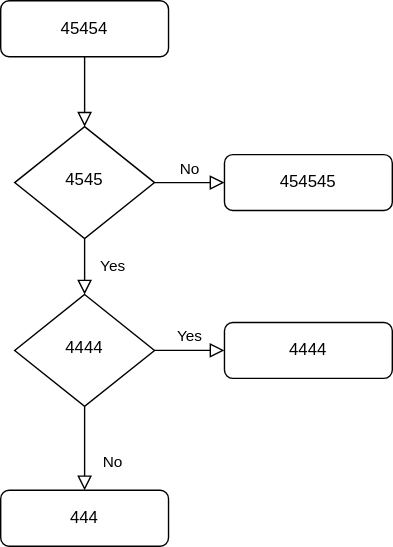
Above: Testing_architecture_diagram.drawio.svg in svbmicro/git-draw-io-integration-testing (draw.io), before the change. Source tidied: cells renumbered, new cells last; positions are measured from the earlier drawing's top-left corner, leaving out a move shared by most shapes.
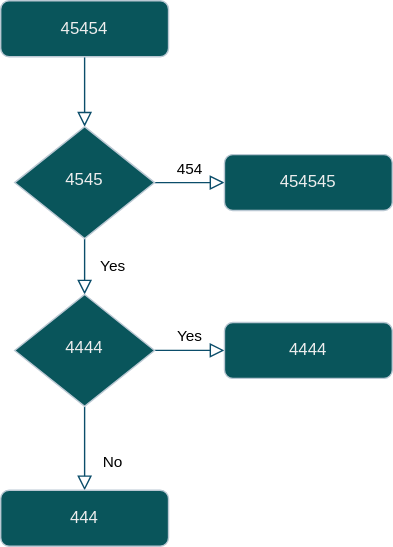
Above is the later version.

Change to the diagram source:
```diff
@@ -2,37 +2,37 @@
   <root>
     <mxCell id="0" />
     <mxCell id="1" parent="0" />
-    <mxCell id="2" style="rounded=0;html=1;jettySize=auto;fontSize=11;endArrow=block;endFill=0;endSize=8;strokeWidth=1;shadow=0;labelBackgroundColor=none;edgeStyle=orthogonalEdgeStyle;" parent="1" edge="1" source="3" target="6">
+    <mxCell id="2" style="rounded=0;html=1;jettySize=auto;fontSize=11;endArrow=block;endFill=0;endSize=8;strokeWidth=1;shadow=0;labelBackgroundColor=none;edgeStyle=orthogonalEdgeStyle;strokeColor=#0B4D6A;fontColor=default;" parent="1" edge="1" source="3" target="6">
       <mxGeometry relative="1" as="geometry" />
     </mxCell>
-    <mxCell id="3" value="45454" style="rounded=1;whiteSpace=wrap;html=1;fontSize=12;glass=0;strokeWidth=1;shadow=0;" parent="1" vertex="1">
+    <mxCell id="3" value="45454" style="rounded=1;whiteSpace=wrap;html=1;fontSize=12;glass=0;strokeWidth=1;shadow=0;labelBackgroundColor=none;fillColor=#09555B;strokeColor=#BAC8D3;fontColor=#EEEEEE;" parent="1" vertex="1">
       <mxGeometry width="120" height="40" as="geometry" />
     </mxCell>
-    <mxCell id="4" value="Yes" style="rounded=0;html=1;jettySize=auto;fontSize=11;endArrow=block;endFill=0;endSize=8;strokeWidth=1;shadow=0;labelBackgroundColor=none;edgeStyle=orthogonalEdgeStyle;" parent="1" edge="1" source="6" target="10">
+    <mxCell id="4" value="Yes" style="rounded=0;html=1;jettySize=auto;fontSize=11;endArrow=block;endFill=0;endSize=8;strokeWidth=1;shadow=0;labelBackgroundColor=none;edgeStyle=orthogonalEdgeStyle;strokeColor=#0B4D6A;fontColor=default;" parent="1" edge="1" source="6" target="10">
       <mxGeometry y="20" relative="1" as="geometry" />
     </mxCell>
-    <mxCell id="5" value="No" style="edgeStyle=orthogonalEdgeStyle;rounded=0;html=1;jettySize=auto;fontSize=11;endArrow=block;endFill=0;endSize=8;strokeWidth=1;shadow=0;labelBackgroundColor=none;" parent="1" edge="1" source="6" target="7">
+    <mxCell id="5" value="454" style="edgeStyle=orthogonalEdgeStyle;rounded=0;html=1;jettySize=auto;fontSize=11;endArrow=block;endFill=0;endSize=8;strokeWidth=1;shadow=0;labelBackgroundColor=none;strokeColor=#0B4D6A;fontColor=default;" parent="1" edge="1" source="6" target="7">
       <mxGeometry y="10" relative="1" as="geometry" />
     </mxCell>
-    <mxCell id="6" value="4545" style="rhombus;whiteSpace=wrap;html=1;shadow=0;fontFamily=Helvetica;fontSize=12;align=center;strokeWidth=1;spacing=6;spacingTop=-4;" parent="1" vertex="1">
+    <mxCell id="6" value="4545" style="rhombus;whiteSpace=wrap;html=1;shadow=0;fontFamily=Helvetica;fontSize=12;align=center;strokeWidth=1;spacing=6;spacingTop=-4;labelBackgroundColor=none;fillColor=#09555B;strokeColor=#BAC8D3;fontColor=#EEEEEE;" parent="1" vertex="1">
       <mxGeometry x="10" y="90" width="100" height="80" as="geometry" />
     </mxCell>
-    <mxCell id="7" value="454545" style="rounded=1;whiteSpace=wrap;html=1;fontSize=12;glass=0;strokeWidth=1;shadow=0;" parent="1" vertex="1">
+    <mxCell id="7" value="454545" style="rounded=1;whiteSpace=wrap;html=1;fontSize=12;glass=0;strokeWidth=1;shadow=0;labelBackgroundColor=none;fillColor=#09555B;strokeColor=#BAC8D3;fontColor=#EEEEEE;" parent="1" vertex="1">
       <mxGeometry x="160" y="110" width="120" height="40" as="geometry" />
     </mxCell>
-    <mxCell id="8" value="No" style="rounded=0;html=1;jettySize=auto;fontSize=11;endArrow=block;endFill=0;endSize=8;strokeWidth=1;shadow=0;labelBackgroundColor=none;edgeStyle=orthogonalEdgeStyle;" parent="1" edge="1" source="10" target="11">
+    <mxCell id="8" value="No" style="rounded=0;html=1;jettySize=auto;fontSize=11;endArrow=block;endFill=0;endSize=8;strokeWidth=1;shadow=0;labelBackgroundColor=none;edgeStyle=orthogonalEdgeStyle;strokeColor=#0B4D6A;fontColor=default;" parent="1" edge="1" source="10" target="11">
       <mxGeometry x="0.33" y="20" relative="1" as="geometry" />
     </mxCell>
-    <mxCell id="9" value="Yes" style="edgeStyle=orthogonalEdgeStyle;rounded=0;html=1;jettySize=auto;fontSize=11;endArrow=block;endFill=0;endSize=8;strokeWidth=1;shadow=0;labelBackgroundColor=none;" parent="1" edge="1" source="10" target="12">
+    <mxCell id="9" value="Yes" style="edgeStyle=orthogonalEdgeStyle;rounded=0;html=1;jettySize=auto;fontSize=11;endArrow=block;endFill=0;endSize=8;strokeWidth=1;shadow=0;labelBackgroundColor=none;strokeColor=#0B4D6A;fontColor=default;" parent="1" edge="1" source="10" target="12">
       <mxGeometry y="10" relative="1" as="geometry" />
     </mxCell>
-    <mxCell id="10" value="4444" style="rhombus;whiteSpace=wrap;html=1;shadow=0;fontFamily=Helvetica;fontSize=12;align=center;strokeWidth=1;spacing=6;spacingTop=-4;" parent="1" vertex="1">
+    <mxCell id="10" value="4444" style="rhombus;whiteSpace=wrap;html=1;shadow=0;fontFamily=Helvetica;fontSize=12;align=center;strokeWidth=1;spacing=6;spacingTop=-4;labelBackgroundColor=none;fillColor=#09555B;strokeColor=#BAC8D3;fontColor=#EEEEEE;" parent="1" vertex="1">
       <mxGeometry x="10" y="210" width="100" height="80" as="geometry" />
     </mxCell>
-    <mxCell id="11" value="444" style="rounded=1;whiteSpace=wrap;html=1;fontSize=12;glass=0;strokeWidth=1;shadow=0;" parent="1" vertex="1">
+    <mxCell id="11" value="444" style="rounded=1;whiteSpace=wrap;html=1;fontSize=12;glass=0;strokeWidth=1;shadow=0;labelBackgroundColor=none;fillColor=#09555B;strokeColor=#BAC8D3;fontColor=#EEEEEE;" parent="1" vertex="1">
       <mxGeometry y="350" width="120" height="40" as="geometry" />
     </mxCell>
-    <mxCell id="12" value="4444" style="rounded=1;whiteSpace=wrap;html=1;fontSize=12;glass=0;strokeWidth=1;shadow=0;" parent="1" vertex="1">
+    <mxCell id="12" value="4444" style="rounded=1;whiteSpace=wrap;html=1;fontSize=12;glass=0;strokeWidth=1;shadow=0;labelBackgroundColor=none;fillColor=#09555B;strokeColor=#BAC8D3;fontColor=#EEEEEE;" parent="1" vertex="1">
       <mxGeometry x="160" y="230" width="120" height="40" as="geometry" />
     </mxCell>
   </root>
```
